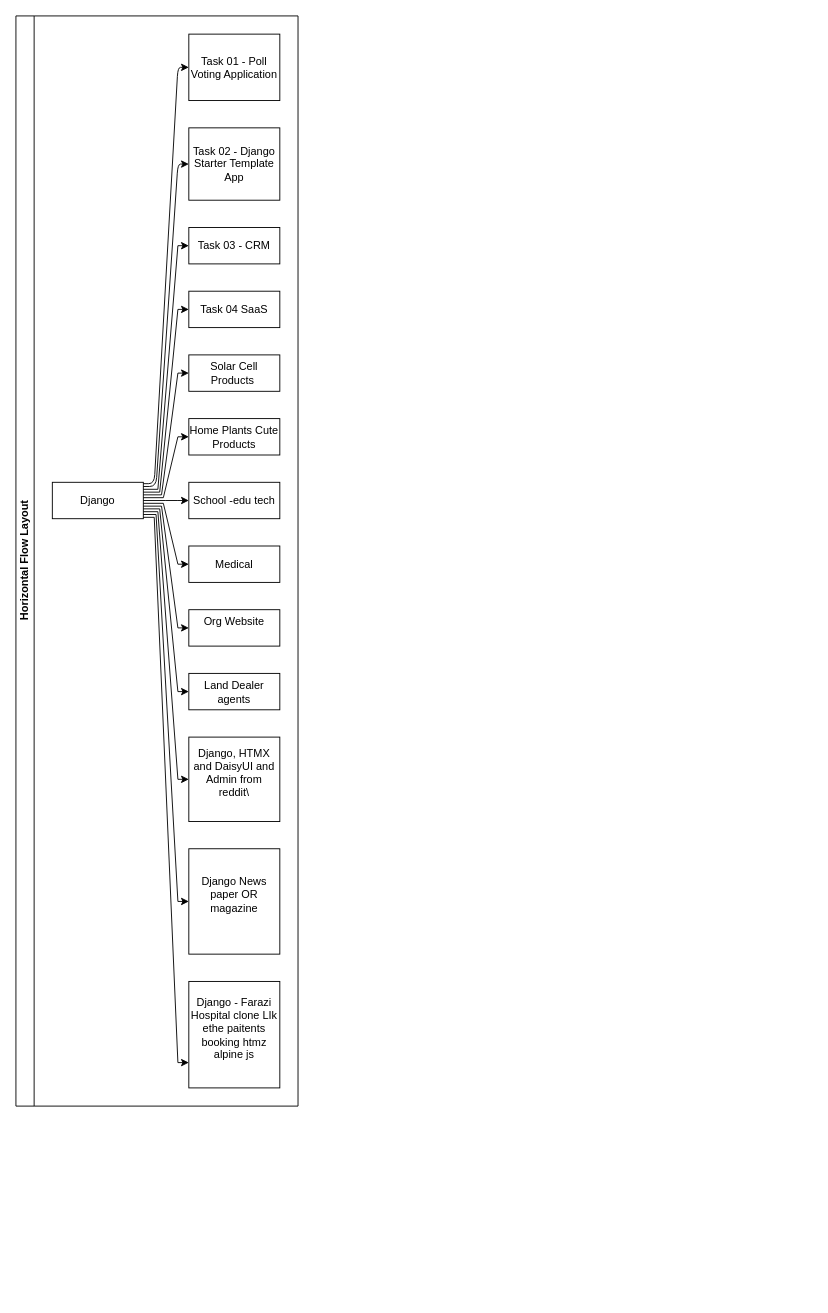
Above: mindmaps - 001 Diagram.drawio in sip005/drawio_01 (draw.io), before the change. Source tidied: cells renumbered, new cells numbered last; positions are measured from the earlier drawing's top-left corner, leaving out a move shared by most shapes. Both pictures are drawn from the tidied source at 91%, with x=0, y=0 at pixel (15, 15).
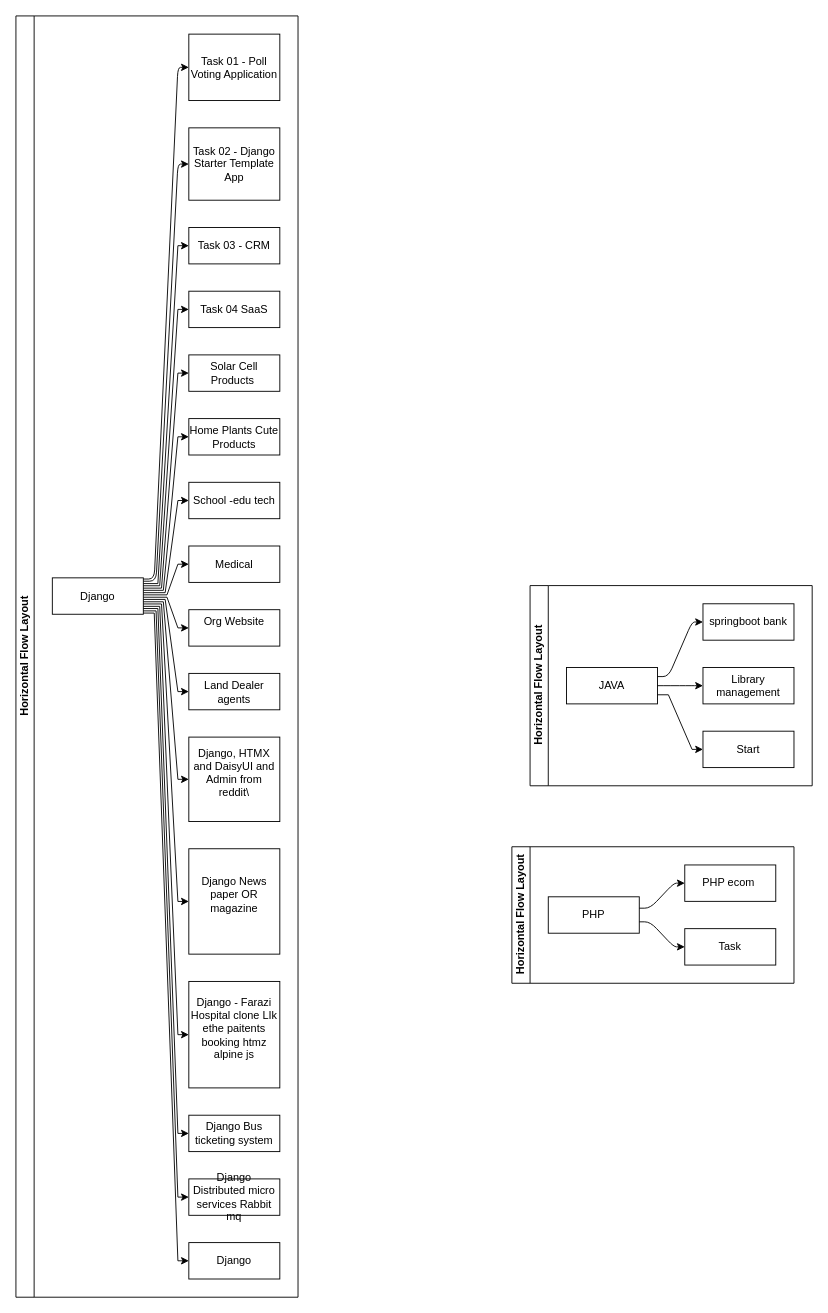
After the change.

The change refers to these unchanged cells:
```xml
<mxCell id="4" value="Task 01 - Poll Voting Application" style="whiteSpace=wrap;html=1;" parent="2" vertex="1">
  <mxGeometry x="190" y="20" width="100" height="73" as="geometry" />
</mxCell>
<mxCell id="6" value="Task 02 - Django Starter Template App" style="whiteSpace=wrap;html=1;" parent="2" vertex="1">
  <mxGeometry x="190" y="123" width="100" height="79.5" as="geometry" />
</mxCell>
<mxCell id="9" value="Task 03 - CRM" style="whiteSpace=wrap;html=1;" parent="2" vertex="1">
  <mxGeometry x="190" y="232.5" width="100" height="40" as="geometry" />
</mxCell>
<mxCell id="11" value="Task 04 SaaS" style="whiteSpace=wrap;html=1;" parent="2" vertex="1">
  <mxGeometry x="190" y="302.5" width="100" height="40" as="geometry" />
</mxCell>
<mxCell id="13" value="Solar Cell Products&amp;nbsp;" style="whiteSpace=wrap;html=1;" parent="2" vertex="1">
  <mxGeometry x="190" y="372.5" width="100" height="40" as="geometry" />
</mxCell>
<mxCell id="15" value="Home Plants Cute Products" style="whiteSpace=wrap;html=1;" parent="2" vertex="1">
  <mxGeometry x="190" y="442.5" width="100" height="40" as="geometry" />
</mxCell>
<mxCell id="17" value="School -edu tech" style="whiteSpace=wrap;html=1;" parent="2" vertex="1">
  <mxGeometry x="190" y="512.5" width="100" height="40" as="geometry" />
</mxCell>
<mxCell id="19" value="Medical" style="whiteSpace=wrap;html=1;" parent="2" vertex="1">
  <mxGeometry x="190" y="582.5" width="100" height="40" as="geometry" />
</mxCell>
<mxCell id="21" value="Org Website&lt;div&gt;&lt;br&gt;&lt;/div&gt;" style="whiteSpace=wrap;html=1;" parent="2" vertex="1">
  <mxGeometry x="190" y="652.5" width="100" height="40" as="geometry" />
</mxCell>
<mxCell id="23" value="Land Dealer agents" style="whiteSpace=wrap;html=1;" parent="2" vertex="1">
  <mxGeometry x="190" y="722.5" width="100" height="40" as="geometry" />
</mxCell>
<mxCell id="25" value="Django, HTMX and DaisyUI and Admin from reddit\&lt;div&gt;&lt;br&gt;&lt;/div&gt;" style="whiteSpace=wrap;html=1;" parent="2" vertex="1">
  <mxGeometry x="190" y="792.5" width="100" height="92.8" as="geometry" />
</mxCell>
<mxCell id="27" value="Django News paper OR magazine&lt;div&gt;&lt;br&gt;&lt;/div&gt;" style="whiteSpace=wrap;html=1;" parent="2" vertex="1">
  <mxGeometry x="190" y="915.2" width="100" height="115.8" as="geometry" />
</mxCell>
<mxCell id="29" value="Django - Farazi Hospital clone LIk ethe paitents booking htmz alpine js&lt;div&gt;&lt;br&gt;&lt;/div&gt;" style="whiteSpace=wrap;html=1;" parent="2" vertex="1">
  <mxGeometry x="190" y="1061" width="100" height="117" as="geometry" />
</mxCell>
```

What changed in the source:
```diff
@@
     <mxCell id="2" value="Horizontal Flow Layout" style="swimlane;html=1;startSize=20;horizontal=0;flowOrientation=west;interRankCellSpacing=50;containerType=tree;fontSize=12;" parent="1" vertex="1">
-      <mxGeometry width="310" height="1198" as="geometry" />
+      <mxGeometry width="310" height="1408" as="geometry" />
     </mxCell>
     <mxCell id="3" value="Django" style="whiteSpace=wrap;html=1;" parent="2" vertex="1">
-      <mxGeometry x="40" y="512.5" width="100" height="40" as="geometry" />
+      <mxGeometry x="40" y="617.5" width="100" height="40" as="geometry" />
     </mxCell>
@@
     <mxCell id="5" style="html=1;rounded=1;curved=0;sourcePerimeterSpacing=0;targetPerimeterSpacing=0;startSize=6;endSize=6;noEdgeStyle=1;orthogonal=1;" parent="2" edge="1" source="3" target="4">
       <mxGeometry relative="1" as="geometry">
         <Array as="points">
-          <mxPoint x="152" y="514" />
+          <mxPoint x="152" y="618.8" />
           <mxPoint x="178" y="56.5" />
         </Array>
       </mxGeometry>
     </mxCell>
@@
     <mxCell id="7" style="html=1;rounded=1;curved=0;sourcePerimeterSpacing=0;targetPerimeterSpacing=0;startSize=6;endSize=6;noEdgeStyle=1;orthogonal=1;" parent="2" edge="1" source="3" target="6">
       <mxGeometry relative="1" as="geometry">
         <Array as="points">
-          <mxPoint x="154" y="517.1" />
+          <mxPoint x="154" y="621.2" />
           <mxPoint x="178" y="162.8" />
         </Array>
       </mxGeometry>
     </mxCell>
     <mxCell id="8" style="edgeStyle=orthogonalEdgeStyle;rounded=0;jettySize=auto;html=1;noEdgeStyle=1;orthogonal=1;" parent="2" edge="1" source="3" target="9">
       <mxGeometry relative="1" as="geometry">
         <Array as="points">
-          <mxPoint x="156" y="520.2" />
+          <mxPoint x="156" y="623.8" />
           <mxPoint x="178" y="252.5" />
         </Array>
       </mxGeometry>
     </mxCell>
@@
     <mxCell id="10" style="edgeStyle=orthogonalEdgeStyle;rounded=0;jettySize=auto;html=1;noEdgeStyle=1;orthogonal=1;" parent="2" edge="1" source="3" target="11">
       <mxGeometry relative="1" as="geometry">
         <Array as="points">
-          <mxPoint x="158" y="523.3" />
+          <mxPoint x="158" y="626.2" />
           <mxPoint x="178" y="322.5" />
         </Array>
       </mxGeometry>
     </mxCell>
@@
     <mxCell id="12" style="edgeStyle=orthogonalEdgeStyle;rounded=0;jettySize=auto;html=1;noEdgeStyle=1;orthogonal=1;" parent="2" edge="1" source="3" target="13">
       <mxGeometry relative="1" as="geometry">
         <Array as="points">
-          <mxPoint x="160" y="526.3" />
+          <mxPoint x="160" y="628.8" />
           <mxPoint x="178" y="392.5" />
         </Array>
       </mxGeometry>
     </mxCell>
@@
     <mxCell id="14" style="edgeStyle=orthogonalEdgeStyle;rounded=0;jettySize=auto;html=1;noEdgeStyle=1;orthogonal=1;" parent="2" edge="1" source="3" target="15">
       <mxGeometry relative="1" as="geometry">
         <Array as="points">
-          <mxPoint x="162" y="529.4" />
+          <mxPoint x="162" y="631.2" />
           <mxPoint x="178" y="462.5" />
         </Array>
       </mxGeometry>
     </mxCell>
@@
     <mxCell id="16" style="edgeStyle=orthogonalEdgeStyle;rounded=0;jettySize=auto;html=1;noEdgeStyle=1;orthogonal=1;" parent="2" edge="1" source="3" target="17">
       <mxGeometry relative="1" as="geometry">
         <Array as="points">
-          <mxPoint x="164" y="532.5" />
+          <mxPoint x="164" y="633.8" />
           <mxPoint x="178" y="532.5" />
         </Array>
       </mxGeometry>
     </mxCell>
@@
     <mxCell id="18" style="edgeStyle=orthogonalEdgeStyle;rounded=0;jettySize=auto;html=1;noEdgeStyle=1;orthogonal=1;" parent="2" edge="1" source="3" target="19">
       <mxGeometry relative="1" as="geometry">
         <Array as="points">
-          <mxPoint x="162" y="535.6" />
+          <mxPoint x="166" y="636.2" />
           <mxPoint x="178" y="602.5" />
         </Array>
       </mxGeometry>
     </mxCell>
@@
     <mxCell id="20" style="edgeStyle=orthogonalEdgeStyle;rounded=0;jettySize=auto;html=1;noEdgeStyle=1;orthogonal=1;" parent="2" edge="1" source="3" target="21">
       <mxGeometry relative="1" as="geometry">
         <Array as="points">
-          <mxPoint x="160" y="538.7" />
+          <mxPoint x="166" y="638.8" />
           <mxPoint x="178" y="672.5" />
         </Array>
       </mxGeometry>
     </mxCell>
@@
     <mxCell id="22" style="edgeStyle=orthogonalEdgeStyle;rounded=0;jettySize=auto;html=1;noEdgeStyle=1;orthogonal=1;" parent="2" edge="1" source="3" target="23">
       <mxGeometry relative="1" as="geometry">
         <Array as="points">
-          <mxPoint x="158" y="541.7" />
+          <mxPoint x="164" y="641.2" />
           <mxPoint x="178" y="742.5" />
         </Array>
       </mxGeometry>
     </mxCell>
@@
     <mxCell id="24" style="edgeStyle=orthogonalEdgeStyle;rounded=0;jettySize=auto;html=1;noEdgeStyle=1;orthogonal=1;" parent="2" edge="1" source="3" target="25">
       <mxGeometry relative="1" as="geometry">
         <Array as="points">
-          <mxPoint x="156" y="544.8" />
+          <mxPoint x="162" y="643.8" />
           <mxPoint x="178" y="838.9" />
         </Array>
       </mxGeometry>
     </mxCell>
@@
     <mxCell id="26" style="edgeStyle=orthogonalEdgeStyle;rounded=0;jettySize=auto;html=1;noEdgeStyle=1;orthogonal=1;" parent="2" edge="1" source="3" target="27">
       <mxGeometry relative="1" as="geometry">
         <Array as="points">
-          <mxPoint x="154" y="547.9" />
+          <mxPoint x="160" y="646.2" />
           <mxPoint x="178" y="973.1" />
         </Array>
       </mxGeometry>
     </mxCell>
@@
     <mxCell id="28" style="edgeStyle=orthogonalEdgeStyle;rounded=0;jettySize=auto;html=1;noEdgeStyle=1;orthogonal=1;" parent="2" edge="1" source="3" target="29">
       <mxGeometry relative="1" as="geometry">
         <Array as="points">
-          <mxPoint x="152" y="551" />
-          <mxPoint x="178" y="1150.2" />
+          <mxPoint x="158" y="648.8" />
+          <mxPoint x="178" y="1119.5" />
         </Array>
       </mxGeometry>
     </mxCell>
@@
+    <mxCell id="30" style="edgeStyle=orthogonalEdgeStyle;rounded=0;jettySize=auto;html=1;noEdgeStyle=1;orthogonal=1;" parent="2" edge="1" source="3" target="31">
+      <mxGeometry relative="1" as="geometry">
+        <Array as="points">
+          <mxPoint x="156" y="651.2" />
+          <mxPoint x="178" y="1228" />
+        </Array>
+      </mxGeometry>
+    </mxCell>
+    <mxCell id="31" value="Django Bus ticketing system" style="whiteSpace=wrap;html=1;" parent="2" vertex="1">
+      <mxGeometry x="190" y="1208" width="100" height="40" as="geometry" />
+    </mxCell>
+    <mxCell id="32" style="edgeStyle=orthogonalEdgeStyle;rounded=0;jettySize=auto;html=1;noEdgeStyle=1;orthogonal=1;" parent="2" edge="1" source="3" target="33">
+      <mxGeometry relative="1" as="geometry">
+        <Array as="points">
+          <mxPoint x="154" y="653.8" />
+          <mxPoint x="178" y="1298" />
+        </Array>
+      </mxGeometry>
+    </mxCell>
+    <mxCell id="33" value="Django Distributed micro services Rabbit mq" style="whiteSpace=wrap;html=1;" parent="2" vertex="1">
+      <mxGeometry x="190" y="1278" width="100" height="40" as="geometry" />
+    </mxCell>
+    <mxCell id="34" style="edgeStyle=orthogonalEdgeStyle;rounded=0;jettySize=auto;html=1;noEdgeStyle=1;orthogonal=1;" parent="2" edge="1" source="3" target="35">
+      <mxGeometry relative="1" as="geometry">
+        <Array as="points">
+          <mxPoint x="152" y="656.2" />
+          <mxPoint x="178" y="1368" />
+        </Array>
+      </mxGeometry>
+    </mxCell>
+    <mxCell id="35" value="Django" style="whiteSpace=wrap;html=1;" parent="2" vertex="1">
+      <mxGeometry x="190" y="1348" width="100" height="40" as="geometry" />
+    </mxCell>
+    <mxCell id="36" value="Horizontal Flow Layout" style="swimlane;html=1;startSize=20;horizontal=0;flowOrientation=west;interRankCellSpacing=50;containerType=tree;fontSize=12;" parent="1" vertex="1">
+      <mxGeometry x="565" y="626" width="310" height="220" as="geometry" />
+    </mxCell>
+    <mxCell id="37" value="JAVA" style="whiteSpace=wrap;html=1;" parent="36" vertex="1">
+      <mxGeometry x="40" y="90" width="100" height="40" as="geometry" />
+    </mxCell>
+    <mxCell id="38" value="springboot bank" style="whiteSpace=wrap;html=1;" parent="36" vertex="1">
+      <mxGeometry x="190" y="20" width="100" height="40" as="geometry" />
+    </mxCell>
+    <mxCell id="39" style="html=1;rounded=1;curved=0;sourcePerimeterSpacing=0;targetPerimeterSpacing=0;startSize=6;endSize=6;noEdgeStyle=1;orthogonal=1;" parent="36" edge="1" source="37" target="38">
+      <mxGeometry relative="1" as="geometry">
+        <Array as="points">
+          <mxPoint x="152" y="100" />
+          <mxPoint x="178" y="40" />
+        </Array>
+      </mxGeometry>
+    </mxCell>
+    <mxCell id="40" value="Library management" style="whiteSpace=wrap;html=1;" parent="36" vertex="1">
+      <mxGeometry x="190" y="90" width="100" height="40" as="geometry" />
+    </mxCell>
+    <mxCell id="41" style="html=1;rounded=1;curved=0;sourcePerimeterSpacing=0;targetPerimeterSpacing=0;startSize=6;endSize=6;noEdgeStyle=1;orthogonal=1;" parent="36" edge="1" source="37" target="40">
+      <mxGeometry relative="1" as="geometry">
+        <Array as="points">
+          <mxPoint x="154" y="110" />
+          <mxPoint x="178" y="110" />
+        </Array>
+      </mxGeometry>
+    </mxCell>
+    <mxCell id="42" style="edgeStyle=orthogonalEdgeStyle;rounded=0;jettySize=auto;html=1;noEdgeStyle=1;orthogonal=1;" parent="36" edge="1" source="37" target="43">
+      <mxGeometry relative="1" as="geometry">
+        <Array as="points">
+          <mxPoint x="152" y="120" />
+          <mxPoint x="178" y="180" />
+        </Array>
+      </mxGeometry>
+    </mxCell>
+    <mxCell id="43" value="Start" style="whiteSpace=wrap;html=1;" parent="36" vertex="1">
+      <mxGeometry x="190" y="160" width="100" height="40" as="geometry" />
+    </mxCell>
+    <mxCell id="44" value="Horizontal Flow Layout" style="swimlane;html=1;startSize=20;horizontal=0;flowOrientation=west;interRankCellSpacing=50;containerType=tree;fontSize=12;" parent="1" vertex="1">
+      <mxGeometry x="545" y="913" width="310" height="150" as="geometry" />
+    </mxCell>
+    <mxCell id="45" value="PHP" style="whiteSpace=wrap;html=1;" parent="44" vertex="1">
+      <mxGeometry x="40" y="55" width="100" height="40" as="geometry" />
+    </mxCell>
+    <mxCell id="46" value="PHP ecom&amp;nbsp;" style="whiteSpace=wrap;html=1;" parent="44" vertex="1">
+      <mxGeometry x="190" y="20" width="100" height="40" as="geometry" />
+    </mxCell>
+    <mxCell id="47" style="html=1;rounded=1;curved=0;sourcePerimeterSpacing=0;targetPerimeterSpacing=0;startSize=6;endSize=6;noEdgeStyle=1;orthogonal=1;" parent="44" edge="1" source="45" target="46">
+      <mxGeometry relative="1" as="geometry">
+        <Array as="points">
+          <mxPoint x="152" y="67.5" />
+          <mxPoint x="178" y="40" />
+        </Array>
+      </mxGeometry>
+    </mxCell>
+    <mxCell id="48" value="Task" style="whiteSpace=wrap;html=1;" parent="44" vertex="1">
+      <mxGeometry x="190" y="90" width="100" height="40" as="geometry" />
+    </mxCell>
+    <mxCell id="49" style="html=1;rounded=1;curved=0;sourcePerimeterSpacing=0;targetPerimeterSpacing=0;startSize=6;endSize=6;noEdgeStyle=1;orthogonal=1;" parent="44" edge="1" source="45" target="48">
+      <mxGeometry relative="1" as="geometry">
+        <Array as="points">
+          <mxPoint x="152" y="82.5" />
+          <mxPoint x="178" y="110" />
+        </Array>
+      </mxGeometry>
+    </mxCell>
```
